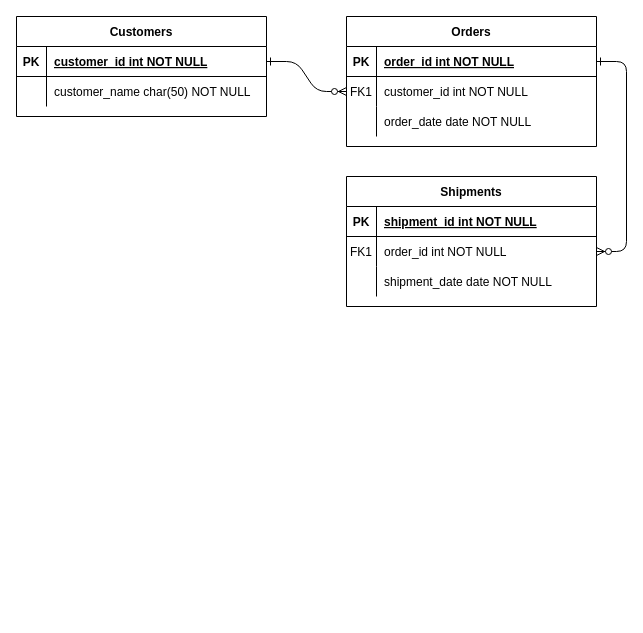
Above: Untitled Diagram.drawio in sacumesh/data-pipeline-bicycle-operator (draw.io), before the change. Source tidied: cells renumbered, new cells numbered last; positions are measured from the earlier drawing's top-left corner, leaving out a move shared by most shapes. Both pictures are drawn from the tidied source at 100%, with x=0, y=0 at pixel (16, 16).
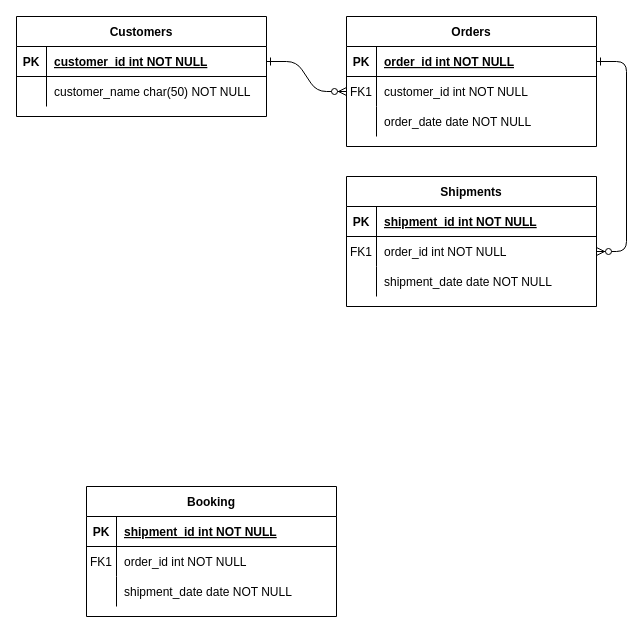
Above is the later version.

What changed in the source:
```diff
@@
+    <mxCell id="31" value="Booking" style="shape=table;startSize=30;childLayout=tableLayout;rowLines=0;fontStyle=1;align=center;" parent="1" vertex="1">
+      <mxGeometry x="70" y="470" width="250" height="130" as="geometry" />
+    </mxCell>
+    <mxCell id="32" style="shape=partialRectangle;fillColor=none;top=0;left=0;right=0;bottom=1;" parent="31" vertex="1">
+      <mxGeometry y="30" width="250" height="30" as="geometry" />
+    </mxCell>
+    <mxCell id="33" value="PK" style="shape=partialRectangle;overflow=hidden;fillColor=none;top=0;left=0;bottom=0;right=0;fontStyle=1;" parent="32" vertex="1">
+      <mxGeometry width="30" height="30" as="geometry" />
+    </mxCell>
+    <mxCell id="34" value="shipment_id int NOT NULL " style="shape=partialRectangle;overflow=hidden;fillColor=none;top=0;left=0;bottom=0;right=0;align=left;spacingLeft=6;fontStyle=5;" parent="32" vertex="1">
+      <mxGeometry x="30" width="220" height="30" as="geometry" />
+    </mxCell>
+    <mxCell id="35" style="shape=partialRectangle;fillColor=none;top=0;left=0;right=0;bottom=0;" parent="31" vertex="1">
+      <mxGeometry y="60" width="250" height="30" as="geometry" />
+    </mxCell>
+    <mxCell id="36" value="FK1" style="shape=partialRectangle;overflow=hidden;fillColor=none;top=0;left=0;bottom=0;right=0;" parent="35" vertex="1">
+      <mxGeometry width="30" height="30" as="geometry" />
+    </mxCell>
+    <mxCell id="37" value="order_id int NOT NULL" style="shape=partialRectangle;overflow=hidden;fillColor=none;top=0;left=0;bottom=0;right=0;align=left;spacingLeft=6;" parent="35" vertex="1">
+      <mxGeometry x="30" width="220" height="30" as="geometry" />
+    </mxCell>
+    <mxCell id="38" style="shape=partialRectangle;fillColor=none;top=0;left=0;right=0;bottom=0;" parent="31" vertex="1">
+      <mxGeometry y="90" width="250" height="30" as="geometry" />
+    </mxCell>
+    <mxCell id="39" style="shape=partialRectangle;overflow=hidden;fillColor=none;top=0;left=0;bottom=0;right=0;" parent="38" vertex="1">
+      <mxGeometry width="30" height="30" as="geometry" />
+    </mxCell>
+    <mxCell id="40" value="shipment_date date NOT NULL" style="shape=partialRectangle;overflow=hidden;fillColor=none;top=0;left=0;bottom=0;right=0;align=left;spacingLeft=6;" parent="38" vertex="1">
+      <mxGeometry x="30" width="220" height="30" as="geometry" />
+    </mxCell>
```
